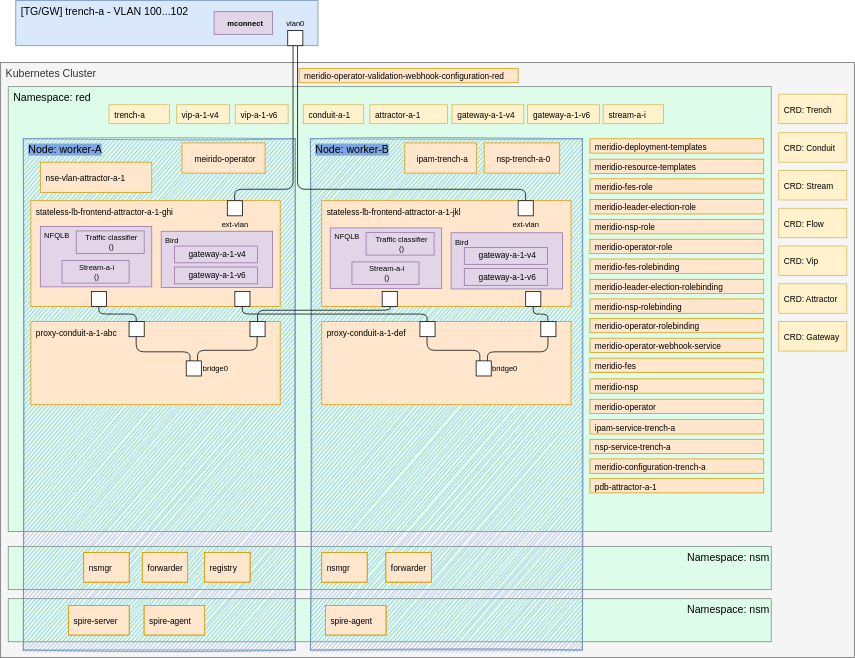
The draw.io diagram Installation/assets/step-7.svg in Nordix/Meridio, before a commit. Source tidied: cells renumbered, new cells last; positions are measured from the earlier drawing's top-left corner, leaving out a move shared by most shapes.
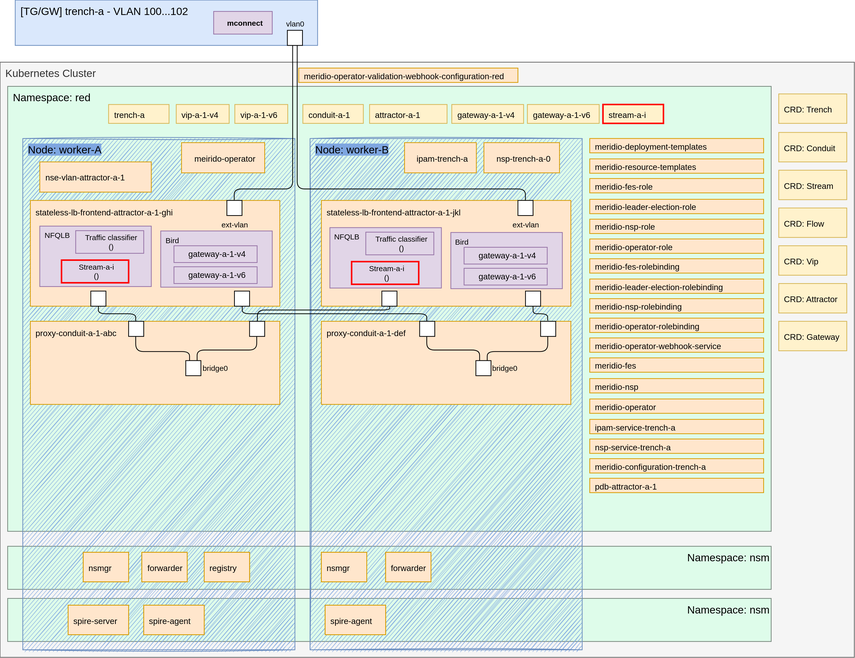
Later version of the same file.

Diff of the diagram source:
```diff
@@ -228,7 +228,7 @@
     <mxCell id="59" value="&lt;font style=&quot;font-size: 11px&quot;&gt;attractor-a-1&lt;br&gt;&lt;/font&gt;" style="rounded=0;whiteSpace=wrap;html=1;labelBackgroundColor=none;fontSize=14;align=left;fillColor=#fff2cc;strokeColor=#d6b656;verticalAlign=middle;spacingLeft=5;" parent="1" vertex="1">
       <mxGeometry x="488.8" y="138.2" width="102.5" height="25" as="geometry" />
     </mxCell>
-    <mxCell id="60" value="&lt;font style=&quot;font-size: 11px&quot;&gt;stream-a-i&lt;br&gt;&lt;/font&gt;" style="rounded=0;whiteSpace=wrap;html=1;labelBackgroundColor=none;fontSize=14;align=left;fillColor=#fff2cc;strokeColor=#d6b656;verticalAlign=middle;spacingLeft=5;" parent="1" vertex="1">
+    <mxCell id="60" value="&lt;font style=&quot;font-size: 11px&quot;&gt;stream-a-i&lt;br&gt;&lt;/font&gt;" style="rounded=0;whiteSpace=wrap;html=1;labelBackgroundColor=none;fontSize=14;align=left;fillColor=#fff2cc;strokeColor=#FF0000;verticalAlign=middle;spacingLeft=5;strokeWidth=2;" parent="1" vertex="1">
       <mxGeometry x="797.5" y="138.2" width="80" height="25" as="geometry" />
     </mxCell>
     <mxCell id="61" value="&lt;font style=&quot;font-size: 11px&quot;&gt;gateway-a-1-v4&lt;br&gt;&lt;/font&gt;" style="rounded=0;whiteSpace=wrap;html=1;labelBackgroundColor=none;fontSize=14;align=left;fillColor=#fff2cc;strokeColor=#d6b656;verticalAlign=middle;spacingLeft=5;" parent="1" vertex="1">
@@ -270,7 +270,7 @@
     <mxCell id="73" value="&lt;span&gt;NFQLB&lt;br&gt;&lt;/span&gt;" style="rounded=0;whiteSpace=wrap;html=1;labelBackgroundColor=none;fontSize=10;align=left;spacingLeft=4;labelPosition=center;verticalLabelPosition=middle;verticalAlign=top;fillColor=#e1d5e7;strokeColor=#9673a6;fontStyle=0;" parent="1" vertex="1">
       <mxGeometry x="52.5" y="299.2" width="147.5" height="80" as="geometry" />
     </mxCell>
-    <mxCell id="74" value="&lt;span&gt;Stream-a-i&lt;br&gt;()&lt;br&gt;&lt;/span&gt;" style="rounded=0;whiteSpace=wrap;html=1;labelBackgroundColor=none;fontSize=10;align=center;spacingLeft=4;labelPosition=center;verticalLabelPosition=middle;verticalAlign=middle;fillColor=#e1d5e7;strokeColor=#9673a6;fontStyle=0;" parent="1" vertex="1">
+    <mxCell id="74" value="&lt;span&gt;Stream-a-i&lt;br&gt;()&lt;br&gt;&lt;/span&gt;" style="rounded=0;whiteSpace=wrap;html=1;labelBackgroundColor=none;fontSize=10;align=center;spacingLeft=4;labelPosition=center;verticalLabelPosition=middle;verticalAlign=middle;fillColor=#e1d5e7;strokeColor=#FF0000;fontStyle=0;strokeWidth=2;" parent="1" vertex="1">
       <mxGeometry x="81.2" y="344.2" width="88.8" height="30" as="geometry" />
     </mxCell>
     <mxCell id="75" value="&lt;span&gt;Traffic classifier&lt;br&gt;()&lt;br&gt;&lt;/span&gt;" style="rounded=0;whiteSpace=wrap;html=1;labelBackgroundColor=none;fontSize=10;align=center;spacingLeft=4;labelPosition=center;verticalLabelPosition=middle;verticalAlign=middle;fillColor=#e1d5e7;strokeColor=#9673a6;fontStyle=0;" parent="1" vertex="1">
@@ -288,7 +288,7 @@
     <mxCell id="79" value="&lt;span&gt;NFQLB&lt;br&gt;&lt;/span&gt;" style="rounded=0;whiteSpace=wrap;html=1;labelBackgroundColor=none;fontSize=10;align=left;spacingLeft=4;labelPosition=center;verticalLabelPosition=middle;verticalAlign=top;fillColor=#e1d5e7;strokeColor=#9673a6;fontStyle=0;" parent="1" vertex="1">
       <mxGeometry x="436.2" y="301.2" width="147.5" height="80" as="geometry" />
     </mxCell>
-    <mxCell id="80" value="&lt;span&gt;Stream-a-i&lt;br&gt;()&lt;br&gt;&lt;/span&gt;" style="rounded=0;whiteSpace=wrap;html=1;labelBackgroundColor=none;fontSize=10;align=center;spacingLeft=4;labelPosition=center;verticalLabelPosition=middle;verticalAlign=middle;fillColor=#e1d5e7;strokeColor=#9673a6;fontStyle=0;" parent="1" vertex="1">
+    <mxCell id="80" value="&lt;span&gt;Stream-a-i&lt;br&gt;()&lt;br&gt;&lt;/span&gt;" style="rounded=0;whiteSpace=wrap;html=1;labelBackgroundColor=none;fontSize=10;align=center;spacingLeft=4;labelPosition=center;verticalLabelPosition=middle;verticalAlign=middle;fillColor=#e1d5e7;strokeColor=#FF0000;fontStyle=0;strokeWidth=2;" parent="1" vertex="1">
       <mxGeometry x="465" y="346.2" width="88.8" height="30" as="geometry" />
     </mxCell>
     <mxCell id="81" value="&lt;span&gt;Traffic classifier&lt;br&gt;()&lt;br&gt;&lt;/span&gt;" style="rounded=0;whiteSpace=wrap;html=1;labelBackgroundColor=none;fontSize=10;align=center;spacingLeft=4;labelPosition=center;verticalLabelPosition=middle;verticalAlign=middle;fillColor=#e1d5e7;strokeColor=#9673a6;fontStyle=0;" parent="1" vertex="1">
```
